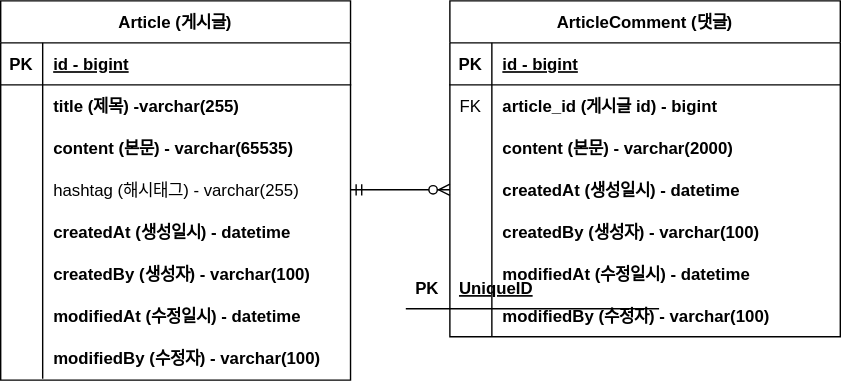
newheartbom/project-board keeps this draw.io diagram as document/project-board-erd.svg. Above is the earlier version. Source tidied: cells renumbered, new cells last; positions are measured from the earlier drawing's top-left corner, leaving out a move shared by most shapes.
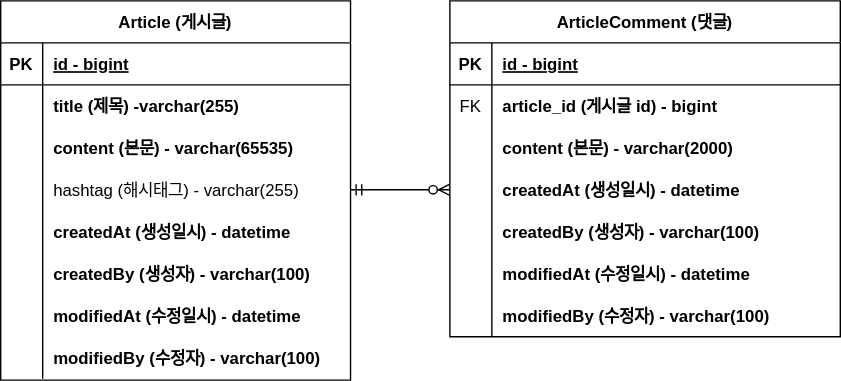
The same diagram one commit later.

Commit message:
#6 - 잘못 추가된 도형 삭제 - project-board-erd.svg

The edit, as a diff of the source:
```diff
@@ -156,17 +156,5 @@
     <mxCell id="51" style="edgeStyle=entityRelationEdgeStyle;fontSize=12;html=1;endArrow=ERzeroToMany;startArrow=ERmandOne;rounded=0;exitX=1;exitY=0.5;exitDx=0;exitDy=0;entryX=0;entryY=0.5;entryDx=0;entryDy=0;" parent="1" edge="1" source="14" target="39">
       <mxGeometry relative="1" as="geometry" />
     </mxCell>
-    <mxCell id="52" style="shape=table;startSize=0;rowLines=0;fontStyle=0;align=center;strokeColor=none;fillColor=none;" parent="1" vertex="1">
-      <mxGeometry x="290" y="190" width="180" height="30" as="geometry" />
-    </mxCell>
-    <mxCell id="53" style="shape=tableRow;horizontal=0;startSize=0;swimlaneHead=0;swimlaneBody=0;fillColor=none;top=0;left=0;right=0;bottom=1;" parent="52" vertex="1">
-      <mxGeometry width="180" height="30" as="geometry" />
-    </mxCell>
-    <mxCell id="54" value="PK" style="shape=partialRectangle;fillColor=none;top=0;left=0;bottom=0;right=0;fontStyle=1;overflow=hidden;" parent="53" vertex="1">
-      <mxGeometry width="30" height="30" as="geometry" />
-    </mxCell>
-    <mxCell id="55" value="UniqueID" style="shape=partialRectangle;fillColor=none;top=0;left=0;bottom=0;right=0;align=left;spacingLeft=6;fontStyle=5;overflow=hidden;" parent="53" vertex="1">
-      <mxGeometry x="30" width="150" height="30" as="geometry" />
-    </mxCell>
   </root>
 </mxGraphModel>
```
